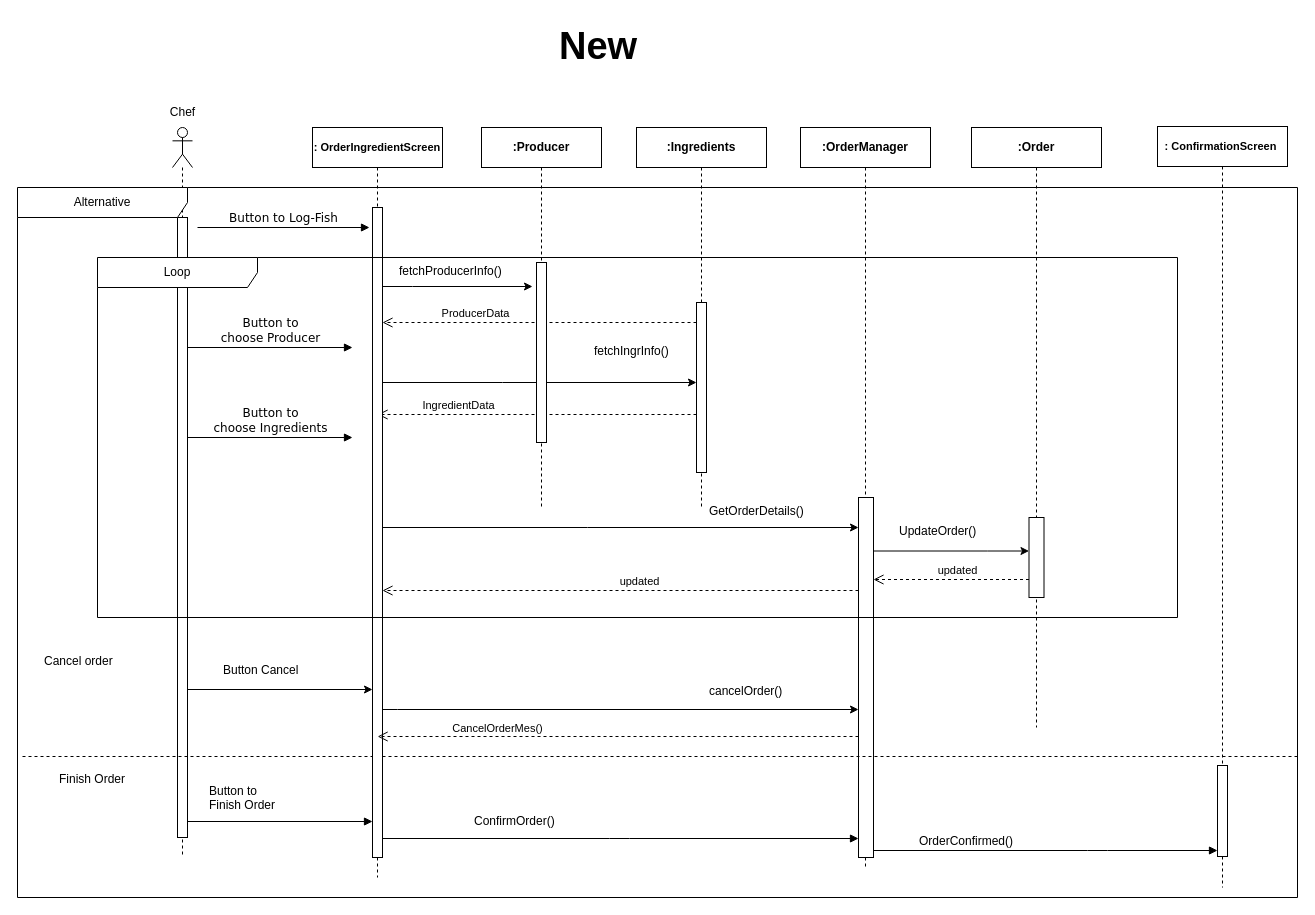
TMCEID/SoftEngFishApp keeps this draw.io diagram as Sequence-Diagram-v1.0/OrderIngredientsSeq.drawio. Above is the earlier version. Source tidied: cells renumbered, new cells numbered last; positions are measured from the earlier drawing's top-left corner, leaving out a move shared by most shapes. Both pictures are drawn from the tidied source at 100%, with x=0, y=0 at pixel (17, 17).
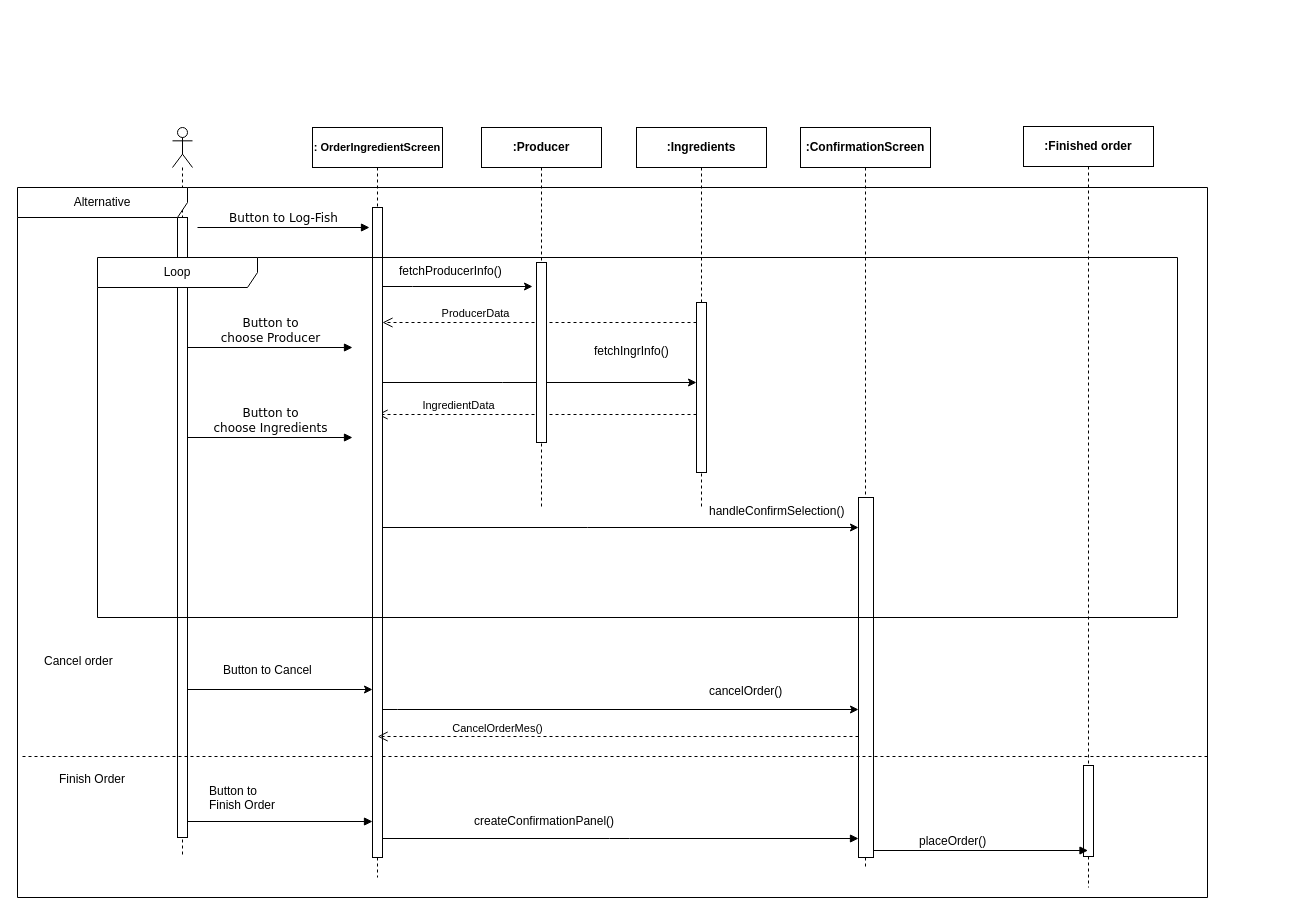
Above is the later version.

Commit message (it also covers changes not shown here):
Kostas:OrderIngredients

Unchanged cells that the change refers to:
```xml
<mxCell id="33" style="html=1;points=[[0,0,0,0,5],[0,1,0,0,-5],[1,0,0,0,5],[1,1,0,0,-5]];perimeter=orthogonalPerimeter;outlineConnect=0;targetShapes=umlLifeline;portConstraint=eastwest;newEdgeStyle={&quot;curved&quot;:0,&quot;rounded&quot;:0};" parent="32" vertex="1">
  <mxGeometry x="60" y="175" width="10" height="170" as="geometry" />
</mxCell>
```

The edit, as a diff of the source:
```diff
@@
-    <mxCell id="2" value="&lt;b&gt;:Order&lt;/b&gt;" style="shape=umlLifeline;perimeter=lifelinePerimeter;whiteSpace=wrap;html=1;newEdgeStyle={&quot;curved&quot;:0,&quot;rounded&quot;:0};" parent="1" vertex="1">
-      <mxGeometry x="954" y="110" width="130" height="600" as="geometry" />
-    </mxCell>
-    <mxCell id="3" style="html=1;points=[[0,0,0,0,5],[0,1,0,0,-5],[1,0,0,0,5],[1,1,0,0,-5]];perimeter=orthogonalPerimeter;outlineConnect=0;targetShapes=umlLifeline;portConstraint=eastwest;newEdgeStyle={&quot;curved&quot;:0,&quot;rounded&quot;:0};" parent="2" vertex="1">
-      <mxGeometry x="57.5" y="390" width="15" height="80" as="geometry" />
-    </mxCell>
-    <mxCell id="4" value="&lt;b&gt;:OrderManager&lt;/b&gt;" style="shape=umlLifeline;perimeter=lifelinePerimeter;whiteSpace=wrap;html=1;newEdgeStyle={&quot;curved&quot;:0,&quot;rounded&quot;:0};" parent="1" vertex="1">
-      <mxGeometry x="783" y="110" width="130" height="740" as="geometry" />
-    </mxCell>
+    <mxCell id="49" value="&lt;b&gt;:ConfirmationScreen&lt;/b&gt;" style="shape=umlLifeline;perimeter=lifelinePerimeter;whiteSpace=wrap;html=1;newEdgeStyle={&quot;curved&quot;:0,&quot;rounded&quot;:0};" parent="1" vertex="1">
+      <mxGeometry x="783" y="110" width="130" height="740" as="geometry" />
+    </mxCell>
-    <mxCell id="5" style="html=1;points=[[0,0,0,0,5],[0,1,0,0,-5],[1,0,0,0,5],[1,1,0,0,-5]];perimeter=orthogonalPerimeter;outlineConnect=0;targetShapes=umlLifeline;portConstraint=eastwest;newEdgeStyle={&quot;curved&quot;:0,&quot;rounded&quot;:0};" parent="4" vertex="1">
+    <mxCell id="5" style="html=1;points=[[0,0,0,0,5],[0,1,0,0,-5],[1,0,0,0,5],[1,1,0,0,-5]];perimeter=orthogonalPerimeter;outlineConnect=0;targetShapes=umlLifeline;portConstraint=eastwest;newEdgeStyle={&quot;curved&quot;:0,&quot;rounded&quot;:0};" parent="49" vertex="1">
       <mxGeometry x="58" y="370" width="15" height="360" as="geometry" />
     </mxCell>
-    <mxCell id="6" value="&lt;b&gt;&lt;font style=&quot;font-size: 38px;&quot;&gt;New&lt;/font&gt;&lt;/b&gt;" style="text;whiteSpace=wrap;html=1;" parent="1" vertex="1">
-      <mxGeometry x="540" width="100" height="60" as="geometry" />
-    </mxCell>
@@
-    <mxCell id="10" value="Chef" style="text;html=1;align=center;verticalAlign=middle;strokeColor=none;fillColor=none;" parent="1" vertex="1">
-      <mxGeometry x="140" y="80" width="50" height="30" as="geometry" />
-    </mxCell>
-    <mxCell id="11" style="edgeStyle=orthogonalEdgeStyle;rounded=0;orthogonalLoop=1;jettySize=auto;html=1;curved=0;" parent="1" edge="1">
-      <mxGeometry relative="1" as="geometry">
-        <mxPoint x="365" y="269" as="sourcePoint" />
-        <mxPoint x="515" y="269" as="targetPoint" />
-        <Array as="points">
-          <mxPoint x="395" y="269" />
-          <mxPoint x="395" y="269" />
-        </Array>
-      </mxGeometry>
-    </mxCell>
+    <mxCell id="50" style="edgeStyle=orthogonalEdgeStyle;rounded=0;orthogonalLoop=1;jettySize=auto;html=1;curved=0;" parent="1" edge="1">
+      <mxGeometry relative="1" as="geometry">
+        <mxPoint x="365" y="269" as="sourcePoint" />
+        <mxPoint x="515" y="269" as="targetPoint" />
+        <Array as="points">
+          <mxPoint x="395" y="269" />
+          <mxPoint x="395" y="269" />
+        </Array>
+      </mxGeometry>
+    </mxCell>
@@
-    <mxCell id="14" style="edgeStyle=orthogonalEdgeStyle;rounded=0;jettySize=auto;html=1;curved=0;" parent="1" edge="1" target="33">
-      <mxGeometry relative="1" as="geometry">
-        <mxPoint x="365" y="365" as="sourcePoint" />
-        <Array as="points">
-          <mxPoint x="485" y="365" />
-          <mxPoint x="485" y="365" />
-        </Array>
-      </mxGeometry>
-    </mxCell>
+    <mxCell id="51" style="edgeStyle=orthogonalEdgeStyle;rounded=0;jettySize=auto;html=1;curved=0;" parent="1" edge="1" target="33">
+      <mxGeometry relative="1" as="geometry">
+        <mxPoint x="365" y="365" as="sourcePoint" />
+        <Array as="points">
+          <mxPoint x="485" y="365" />
+          <mxPoint x="485" y="365" />
+        </Array>
+      </mxGeometry>
+    </mxCell>
@@
     <mxCell id="19" value="Alternative" style="shape=umlFrame;whiteSpace=wrap;html=1;width=170;" parent="1" vertex="1">
-      <mxGeometry y="170" width="1280" height="710" as="geometry" />
+      <mxGeometry y="170" width="1190" height="710" as="geometry" />
     </mxCell>
@@
-    <mxCell id="21" style="line;strokeWidth=1;dashed=1;labelPosition=center;verticalLabelPosition=bottom;align=left;verticalAlign=top;spacingLeft=20;spacingTop=15;html=1;whiteSpace=wrap;" parent="19" vertex="1">
-      <mxGeometry x="5" y="564" width="1275" height="10" as="geometry" />
-    </mxCell>
-    <mxCell id="22" value="Button Cancel " style="text;whiteSpace=wrap;html=1;" parent="19" vertex="1">
-      <mxGeometry x="204" y="469.2" width="120" height="25" as="geometry" />
-    </mxCell>
+    <mxCell id="52" style="line;strokeWidth=1;dashed=1;labelPosition=center;verticalLabelPosition=bottom;align=left;verticalAlign=top;spacingLeft=20;spacingTop=15;html=1;whiteSpace=wrap;" parent="19" vertex="1">
+      <mxGeometry x="5" y="564" width="1185" height="10" as="geometry" />
+    </mxCell>
+    <mxCell id="53" value="Button to Cancel " style="text;whiteSpace=wrap;html=1;" parent="19" vertex="1">
+      <mxGeometry x="204" y="469.2" width="120" height="25" as="geometry" />
+    </mxCell>
@@
-    <mxCell id="25" style="edgeStyle=orthogonalEdgeStyle;rounded=0;orthogonalLoop=1;jettySize=auto;html=1;curved=0;" parent="19" edge="1">
-      <mxGeometry relative="1" as="geometry">
-        <mxPoint x="170" y="502" as="sourcePoint" />
-        <mxPoint x="355" y="502" as="targetPoint" />
-        <Array as="points">
-          <mxPoint x="350" y="502" />
-          <mxPoint x="350" y="502" />
-        </Array>
-      </mxGeometry>
-    </mxCell>
-    <mxCell id="26" value="ConfirmOrder()" style="text;whiteSpace=wrap;html=1;" parent="19" vertex="1">
-      <mxGeometry x="455" y="620" width="100" height="20" as="geometry" />
-    </mxCell>
-    <mxCell id="27" style="html=1;verticalAlign=bottom;endArrow=block;labelBackgroundColor=none;fontFamily=Verdana;fontSize=12;edgeStyle=elbowEdgeStyle;elbow=vertical;" parent="19" edge="1">
-      <mxGeometry x="-0.07" relative="1" as="geometry">
-        <mxPoint x="363" y="651" as="sourcePoint" />
-        <mxPoint x="841" y="651" as="targetPoint" />
-      </mxGeometry>
-    </mxCell>
-    <mxCell id="28" value="OrderConfirmed()" style="text;whiteSpace=wrap;html=1;" parent="19" vertex="1">
-      <mxGeometry x="900" y="640" width="100" height="20" as="geometry" />
-    </mxCell>
+    <mxCell id="54" style="edgeStyle=orthogonalEdgeStyle;rounded=0;orthogonalLoop=1;jettySize=auto;html=1;curved=0;" parent="19" edge="1">
+      <mxGeometry relative="1" as="geometry">
+        <mxPoint x="170" y="502" as="sourcePoint" />
+        <mxPoint x="355" y="502" as="targetPoint" />
+        <Array as="points">
+          <mxPoint x="350" y="502" />
+          <mxPoint x="350" y="502" />
+        </Array>
+      </mxGeometry>
+    </mxCell>
+    <mxCell id="55" value="createConfirmationPanel()" style="text;whiteSpace=wrap;html=1;" parent="19" vertex="1">
+      <mxGeometry x="455" y="620" width="145" height="20" as="geometry" />
+    </mxCell>
+    <mxCell id="56" style="html=1;verticalAlign=bottom;endArrow=block;labelBackgroundColor=none;fontFamily=Verdana;fontSize=12;edgeStyle=elbowEdgeStyle;elbow=vertical;" parent="19" edge="1">
+      <mxGeometry x="-0.07" relative="1" as="geometry">
+        <mxPoint x="363" y="651" as="sourcePoint" />
+        <mxPoint x="841" y="651" as="targetPoint" />
+      </mxGeometry>
+    </mxCell>
+    <mxCell id="57" value="placeOrder()" style="text;whiteSpace=wrap;html=1;" parent="19" vertex="1">
+      <mxGeometry x="900" y="640" width="100" height="20" as="geometry" />
+    </mxCell>
@@
-    <mxCell id="30" value="&lt;b&gt;&lt;font style=&quot;font-size: 11px;&quot;&gt;: ConfirmationScreen&amp;nbsp; &lt;br&gt;&lt;/font&gt;&lt;/b&gt;" style="shape=umlLifeline;perimeter=lifelinePerimeter;whiteSpace=wrap;html=1;newEdgeStyle={&quot;curved&quot;:0,&quot;rounded&quot;:0};" parent="1" vertex="1">
-      <mxGeometry x="1140" y="109" width="130" height="761" as="geometry" />
-    </mxCell>
+    <mxCell id="58" value="&lt;b&gt;:Finished order&lt;/b&gt;" style="shape=umlLifeline;perimeter=lifelinePerimeter;whiteSpace=wrap;html=1;outlineConnect=0;portConstraint=eastwest;newEdgeStyle={&quot;curved&quot;:0,&quot;rounded&quot;:0};" parent="1" vertex="1">
+      <mxGeometry x="1006" y="109" width="130" height="761" as="geometry" />
+    </mxCell>
-    <mxCell id="31" style="html=1;perimeter=orthogonalPerimeter;targetShapes=umlLifeline;newEdgeStyle={&quot;curved&quot;:0,&quot;rounded&quot;:0};" parent="30" vertex="1">
+    <mxCell id="31" style="html=1;perimeter=orthogonalPerimeter;targetShapes=umlLifeline;newEdgeStyle={&quot;curved&quot;:0,&quot;rounded&quot;:0};" parent="58" vertex="1">
       <mxGeometry x="60" y="639" width="10" height="91" as="geometry" />
     </mxCell>
@@
-    <mxCell id="39" value="GetOrderDetails()" style="text;whiteSpace=wrap;html=1;" parent="1" vertex="1">
-      <mxGeometry x="690" y="480" width="140" height="40" as="geometry" />
-    </mxCell>
-    <mxCell id="40" style="edgeStyle=orthogonalEdgeStyle;rounded=0;jettySize=auto;html=1;curved=0;" parent="1" edge="1" target="3">
-      <mxGeometry relative="1" as="geometry">
-        <mxPoint x="856" y="533.5" as="sourcePoint" />
-        <Array as="points">
-          <mxPoint x="970" y="534" />
-          <mxPoint x="970" y="534" />
-        </Array>
-      </mxGeometry>
-    </mxCell>
-    <mxCell id="41" value="UpdateOrder()" style="text;whiteSpace=wrap;html=1;" parent="1" vertex="1">
-      <mxGeometry x="880" y="500" width="100" height="20" as="geometry" />
-    </mxCell>
+    <mxCell id="59" value="handleConfirmSelection()" style="text;whiteSpace=wrap;html=1;" parent="1" vertex="1">
+      <mxGeometry x="690" y="480" width="140" height="40" as="geometry" />
+    </mxCell>
@@
-    <mxCell id="43" value="updated" style="html=1;verticalAlign=bottom;endArrow=open;dashed=1;endSize=8;curved=0;rounded=0;" parent="1" edge="1">
-      <mxGeometry x="-0.08" relative="1" as="geometry">
-        <mxPoint x="1011.5" y="562" as="sourcePoint" />
-        <mxPoint x="856" y="562" as="targetPoint" />
-      </mxGeometry>
-    </mxCell>
-    <mxCell id="44" value="updated" style="html=1;verticalAlign=bottom;endArrow=open;dashed=1;endSize=8;curved=0;rounded=0;" parent="1" edge="1">
-      <mxGeometry x="-0.08" relative="1" as="geometry">
-        <mxPoint x="841" y="573" as="sourcePoint" />
-        <mxPoint x="365" y="573" as="targetPoint" />
-      </mxGeometry>
-    </mxCell>
-    <mxCell id="45" style="html=1;verticalAlign=bottom;endArrow=block;labelBackgroundColor=none;fontFamily=Verdana;fontSize=12;edgeStyle=elbowEdgeStyle;elbow=vertical;" parent="1" edge="1">
-      <mxGeometry x="-0.07" relative="1" as="geometry">
-        <mxPoint x="170" y="804" as="sourcePoint" />
-        <mxPoint x="355" y="804" as="targetPoint" />
-      </mxGeometry>
-    </mxCell>
-    <mxCell id="46" style="html=1;verticalAlign=bottom;endArrow=block;labelBackgroundColor=none;fontFamily=Verdana;fontSize=12;edgeStyle=elbowEdgeStyle;elbow=vertical;" parent="1" edge="1">
-      <mxGeometry x="-0.07" relative="1" as="geometry">
-        <mxPoint x="856" y="833" as="sourcePoint" />
-        <mxPoint x="1200" y="833" as="targetPoint" />
-        <Array as="points">
-          <mxPoint x="1080" y="833" />
-        </Array>
-      </mxGeometry>
-    </mxCell>
-    <mxCell id="47" style="edgeStyle=orthogonalEdgeStyle;rounded=0;orthogonalLoop=1;jettySize=auto;html=1;curved=0;" parent="1" edge="1">
-      <mxGeometry relative="1" as="geometry">
-        <mxPoint x="365" y="692" as="sourcePoint" />
-        <mxPoint x="841" y="692" as="targetPoint" />
-        <Array as="points">
-          <mxPoint x="380" y="692" />
-          <mxPoint x="380" y="692" />
-        </Array>
-      </mxGeometry>
-    </mxCell>
+    <mxCell id="60" style="html=1;verticalAlign=bottom;endArrow=block;labelBackgroundColor=none;fontFamily=Verdana;fontSize=12;edgeStyle=elbowEdgeStyle;elbow=vertical;" parent="1" edge="1">
+      <mxGeometry x="-0.07" relative="1" as="geometry">
+        <mxPoint x="170" y="804" as="sourcePoint" />
+        <mxPoint x="355" y="804" as="targetPoint" />
+      </mxGeometry>
+    </mxCell>
+    <mxCell id="61" style="html=1;verticalAlign=bottom;endArrow=block;labelBackgroundColor=none;fontFamily=Verdana;fontSize=12;edgeStyle=elbowEdgeStyle;elbow=vertical;" parent="1" edge="1" target="58">
+      <mxGeometry x="-0.07" relative="1" as="geometry">
+        <mxPoint x="856" y="833" as="sourcePoint" />
+        <Array as="points">
+          <mxPoint x="1080" y="833" />
+        </Array>
+      </mxGeometry>
+    </mxCell>
+    <mxCell id="62" style="edgeStyle=orthogonalEdgeStyle;rounded=0;orthogonalLoop=1;jettySize=auto;html=1;curved=0;" parent="1" edge="1">
+      <mxGeometry relative="1" as="geometry">
+        <mxPoint x="365" y="692" as="sourcePoint" />
+        <mxPoint x="841" y="692" as="targetPoint" />
+        <Array as="points">
+          <mxPoint x="380" y="692" />
+          <mxPoint x="380" y="692" />
+        </Array>
+      </mxGeometry>
+    </mxCell>
```
